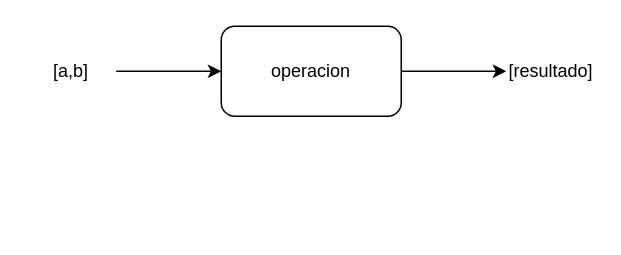
JuanCCH10/Matlab_function_axample keeps this draw.io diagram as operacion_matlab.drawio. Above is the earlier version. Source tidied: cells renumbered, new cells numbered last; positions are measured from the earlier drawing's top-left corner, leaving out a move shared by most shapes. Both pictures are drawn from the tidied source at 150%, with x=0, y=0 at pixel (26, 26).
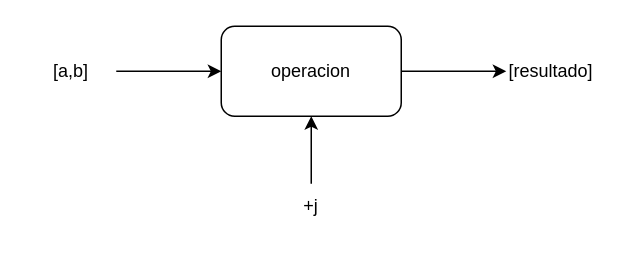
The same diagram, later.

Commit message (it also covers changes not shown here):
se suma a la función el valor j, esto queda plasmado en su diagrama

What changed in the source:
```diff
@@
 <mxGraphModel>
   <root>
     <mxCell id="0" />
     <mxCell id="1" parent="0" />
     <mxCell id="2" style="edgeStyle=orthogonalEdgeStyle;rounded=0;jettySize=auto;html=1;" parent="1" edge="1" source="3" target="5">
       <mxGeometry relative="1" as="geometry" />
     </mxCell>
     <mxCell id="3" value="[a,b]" style="text;html=1;align=center;verticalAlign=middle;whiteSpace=wrap;rounded=0;" parent="1" vertex="1">
       <mxGeometry y="15" width="60" height="30" as="geometry" />
     </mxCell>
     <mxCell id="4" style="edgeStyle=orthogonalEdgeStyle;rounded=0;jettySize=auto;html=1;" parent="1" edge="1" source="5" target="6">
       <mxGeometry relative="1" as="geometry" />
     </mxCell>
     <mxCell id="5" value="operacion" style="rounded=1;whiteSpace=wrap;html=1;" parent="1" vertex="1">
       <mxGeometry x="130" width="120" height="60" as="geometry" />
     </mxCell>
     <mxCell id="6" value="[resultado]" style="text;html=1;align=center;verticalAlign=middle;whiteSpace=wrap;rounded=0;" parent="1" vertex="1">
       <mxGeometry x="320" y="15" width="60" height="30" as="geometry" />
     </mxCell>
+    <mxCell id="7" style="edgeStyle=orthogonalEdgeStyle;rounded=0;jettySize=auto;html=1;" parent="1" edge="1" source="8" target="5">
+      <mxGeometry relative="1" as="geometry" />
+    </mxCell>
+    <mxCell id="8" value="+j" style="text;html=1;align=center;verticalAlign=middle;whiteSpace=wrap;rounded=0;" parent="1" vertex="1">
+      <mxGeometry x="160" y="105" width="60" height="30" as="geometry" />
+    </mxCell>
   </root>
 </mxGraphModel>
```
